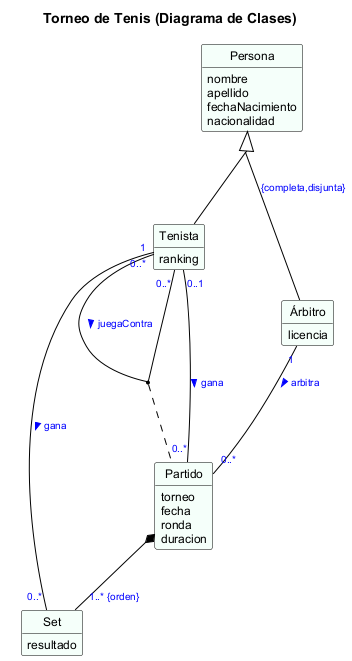
This is assets/images/iissi1/mc2mr/torneo-tenis-clases.png from IISSI-US/web, a PlantUML export, as it was before one commit.
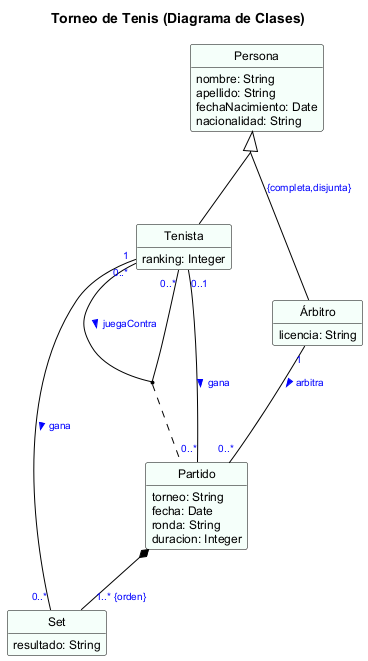
Above is the later version.

Commit message:
mc2mr, quitar tipos para los atributos de las clases Fixes #50

The edit, as a diff of the source:
```diff
@@ -7,29 +7,29 @@
 
 
 class Persona {
-  nombre
-  apellido
-  fechaNacimiento
-  nacionalidad
+  nombre: String
+  apellido: String
+  fechaNacimiento: Date
+  nacionalidad: String
 }
 
 class Tenista {
-  ranking
+  ranking: Integer
 }
 
 class Árbitro {
-  licencia
+  licencia: String
 }
 
 class Partido {
-  torneo
-  fecha
-  ronda
-  duracion
+  torneo: String
+  fecha: Date
+  ronda: String
+  duracion: Integer
 }
 
 class Set {
-  resultado
+  resultado: String
 }
 
 Persona <|-- Tenista
```
